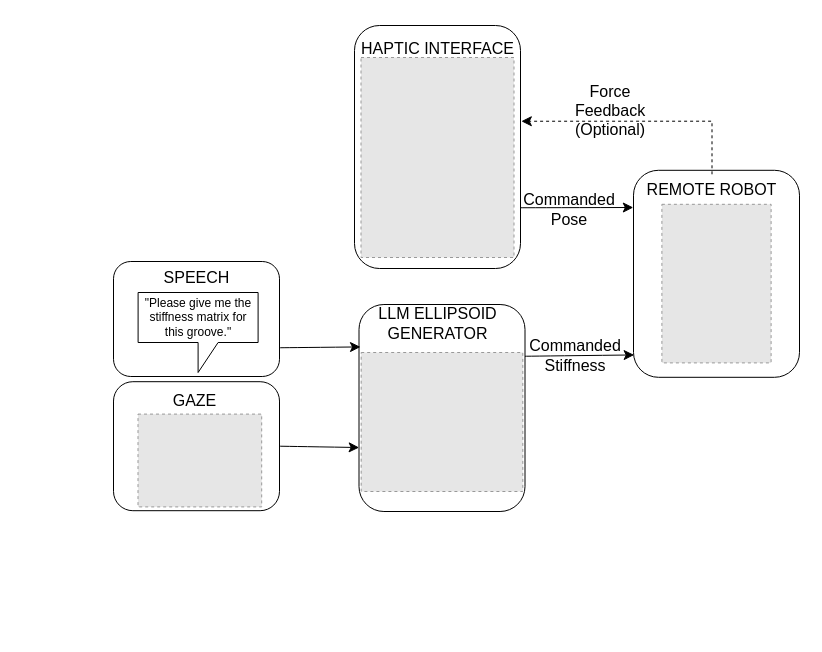
The draw.io diagram teleimpedance.drawio in HAJEKEL/prompt_engineering_experiment, before the edit. Source tidied: cells renumbered, new cells numbered last; positions are measured from the earlier drawing's top-left corner, leaving out a move shared by most shapes. Both pictures are drawn from the tidied source at 100%, with x=0, y=0 at pixel (113, 25). Pictures stored in the file or linked from it are replaced by grey dashed boxes.
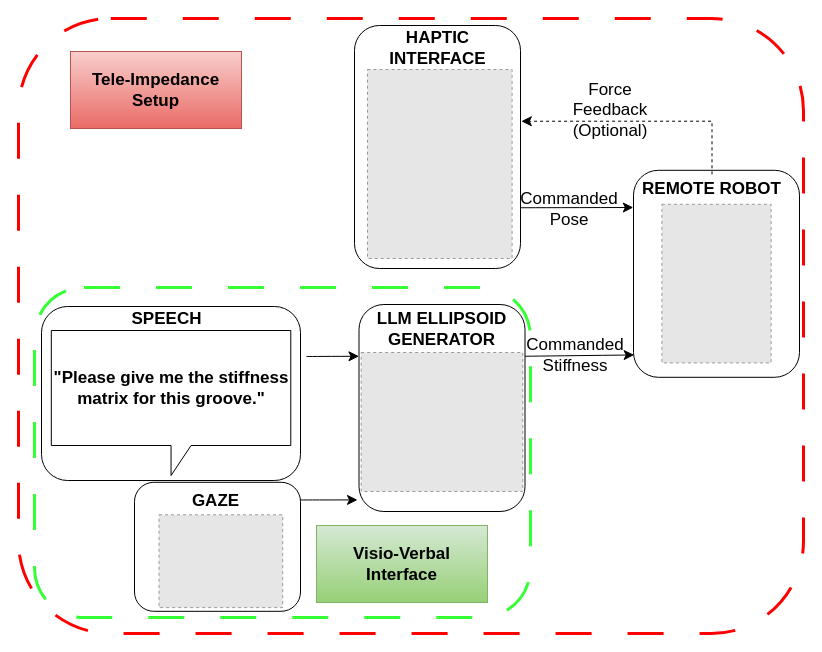
The same diagram, later.

Diff of the diagram source:
```diff
@@
+    <mxCell id="30" style="rounded=1;whiteSpace=wrap;html=1;dashed=1;dashPattern=12 12;strokeColor=#FF0000;strokeWidth=3;" parent="1" vertex="1">
+      <mxGeometry x="-95" y="-7" width="785" height="615" as="geometry" />
+    </mxCell>
+    <mxCell id="31" style="rounded=1;whiteSpace=wrap;html=1;dashed=1;dashPattern=12 12;strokeColor=#33FF33;strokeWidth=3;" parent="1" vertex="1">
+      <mxGeometry x="-79" y="262" width="496" height="330" as="geometry" />
+    </mxCell>
-    <mxCell id="2" value="Force Feedback (Optional)" style="text;html=1;align=center;verticalAlign=middle;whiteSpace=wrap;rounded=0;fontSize=16;" parent="1" vertex="1">
+    <mxCell id="2" value="Force Feedback (Optional)" style="text;html=1;align=center;verticalAlign=middle;whiteSpace=wrap;rounded=0;fontSize=17;fontStyle=0;" parent="1" vertex="1">
       <mxGeometry x="467" y="70" width="60" height="30" as="geometry" />
     </mxCell>
-    <mxCell id="3" value="Commanded Stiffness" style="text;html=1;align=center;verticalAlign=middle;whiteSpace=wrap;rounded=0;fontSize=16;" parent="1" vertex="1">
+    <mxCell id="3" value="Commanded Stiffness" style="text;html=1;align=center;verticalAlign=middle;whiteSpace=wrap;rounded=0;fontSize=17;fontStyle=0;" parent="1" vertex="1">
       <mxGeometry x="432" y="315" width="60" height="30" as="geometry" />
     </mxCell>
-    <mxCell id="4" style="edgeStyle=none;curved=1;rounded=0;jettySize=auto;html=1;exitX=1;exitY=0.75;exitDx=0;exitDy=0;fontSize=12;startSize=8;endSize=8;" parent="1" edge="1" source="5">
+    <mxCell id="4" style="edgeStyle=none;curved=1;rounded=0;jettySize=auto;html=1;exitX=1;exitY=0.75;exitDx=0;exitDy=0;fontSize=17;startSize=8;endSize=8;fontStyle=1;" parent="1" edge="1" source="5">
       <mxGeometry relative="1" as="geometry">
         <mxPoint x="519.8" y="182" as="targetPoint" />
       </mxGeometry>
     </mxCell>
-    <mxCell id="5" style="rounded=1;whiteSpace=wrap;html=1;" parent="1" vertex="1">
+    <mxCell id="5" style="rounded=1;whiteSpace=wrap;html=1;fontSize=17;fontStyle=1;" parent="1" vertex="1">
       <mxGeometry x="241" width="166" height="243" as="geometry" />
     </mxCell>
-    <mxCell id="6" value="HAPTIC INTERFACE" style="text;html=1;align=center;verticalAlign=middle;whiteSpace=wrap;rounded=0;fontSize=16;" parent="1" vertex="1">
+    <mxCell id="6" value="HAPTIC INTERFACE" style="text;html=1;align=center;verticalAlign=middle;whiteSpace=wrap;rounded=0;fontSize=17;fontStyle=1;" parent="1" vertex="1">
       <mxGeometry x="242.5" y="8" width="163" height="30" as="geometry" />
     </mxCell>
-    <mxCell id="7" style="rounded=1;whiteSpace=wrap;html=1;" parent="1" vertex="1">
+    <mxCell id="7" style="rounded=1;whiteSpace=wrap;html=1;fontSize=17;fontStyle=1;" parent="1" vertex="1">
       <mxGeometry x="520" y="144.8" width="166" height="207" as="geometry" />
     </mxCell>
-    <mxCell id="8" style="edgeStyle=orthogonalEdgeStyle;rounded=0;jettySize=auto;html=1;exitX=0.5;exitY=0;exitDx=0;exitDy=0;fontSize=12;startSize=8;endSize=8;dashed=1;entryX=1.005;entryY=0.394;entryDx=0;entryDy=0;entryPerimeter=0;" parent="1" edge="1" source="9" target="5">
+    <mxCell id="8" style="edgeStyle=orthogonalEdgeStyle;rounded=0;jettySize=auto;html=1;exitX=0.5;exitY=0;exitDx=0;exitDy=0;fontSize=17;startSize=8;endSize=8;dashed=1;entryX=1.005;entryY=0.394;entryDx=0;entryDy=0;entryPerimeter=0;fontStyle=1;" parent="1" edge="1" source="9" target="5">
       <mxGeometry relative="1" as="geometry" />
     </mxCell>
-    <mxCell id="9" value="REMOTE ROBOT" style="text;html=1;align=center;verticalAlign=middle;whiteSpace=wrap;rounded=0;fontSize=16;" parent="1" vertex="1">
+    <mxCell id="9" value="REMOTE ROBOT" style="text;html=1;align=center;verticalAlign=middle;whiteSpace=wrap;rounded=0;fontSize=17;fontStyle=1;" parent="1" vertex="1">
       <mxGeometry x="517" y="148.8" width="163" height="30" as="geometry" />
     </mxCell>
-    <mxCell id="10" style="edgeStyle=none;curved=1;rounded=0;orthogonalLoop=1;jettySize=auto;html=1;exitX=0.5;exitY=1;exitDx=0;exitDy=0;fontSize=12;startSize=8;endSize=8;" parent="1" edge="1" source="7" target="7">
+    <mxCell id="10" style="edgeStyle=none;curved=1;rounded=0;orthogonalLoop=1;jettySize=auto;html=1;exitX=0.5;exitY=1;exitDx=0;exitDy=0;fontSize=17;startSize=8;endSize=8;fontStyle=1;" parent="1" edge="1" source="7" target="7">
       <mxGeometry relative="1" as="geometry" />
     </mxCell>
-    <mxCell id="11" style="fillColor=#E6E6E6;strokeColor=#999999;dashed=1;verticalLabelPosition=bottom;labelBackgroundColor=default;verticalAlign=top;" parent="1" vertex="1">
+    <mxCell id="11" style="fillColor=#E6E6E6;strokeColor=#999999;dashed=1;verticalLabelPosition=bottom;labelBackgroundColor=default;verticalAlign=top;fontSize=17;fontStyle=1;" parent="1" vertex="1">
       <mxGeometry x="548.4" y="178.8" width="109.2" height="158.6" as="geometry" />
     </mxCell>
-    <mxCell id="12" style="fillColor=#E6E6E6;strokeColor=#999999;dashed=1;verticalLabelPosition=bottom;labelBackgroundColor=default;verticalAlign=top;" parent="1" vertex="1">
-      <mxGeometry x="247.5" y="32" width="153" height="200" as="geometry" />
+    <mxCell id="12" style="fillColor=#E6E6E6;strokeColor=#999999;dashed=1;verticalLabelPosition=bottom;labelBackgroundColor=default;verticalAlign=top;fontSize=17;fontStyle=1;" parent="1" vertex="1">
+      <mxGeometry x="254" y="44" width="144.6" height="189" as="geometry" />
     </mxCell>
-    <mxCell id="13" style="rounded=1;whiteSpace=wrap;html=1;" parent="1" vertex="1">
+    <mxCell id="13" style="rounded=1;whiteSpace=wrap;html=1;fontSize=17;fontStyle=1;" parent="1" vertex="1">
       <mxGeometry x="245.5" y="279" width="166" height="207" as="geometry" />
     </mxCell>
-    <mxCell id="14" value="LLM ELLIPSOID GENERATOR" style="text;html=1;align=center;verticalAlign=middle;whiteSpace=wrap;rounded=0;fontSize=16;" parent="1" vertex="1">
-      <mxGeometry x="242.5" y="283" width="163" height="30" as="geometry" />
+    <mxCell id="14" value="LLM ELLIPSOID GENERATOR" style="text;html=1;align=center;verticalAlign=middle;whiteSpace=wrap;rounded=0;fontSize=17;fontStyle=1;" parent="1" vertex="1">
+      <mxGeometry x="247" y="289" width="163" height="30" as="geometry" />
     </mxCell>
-    <mxCell id="15" style="edgeStyle=none;curved=1;rounded=0;orthogonalLoop=1;jettySize=auto;html=1;exitX=0.5;exitY=1;exitDx=0;exitDy=0;fontSize=12;startSize=8;endSize=8;" parent="1" edge="1" source="13" target="13">
+    <mxCell id="15" style="edgeStyle=none;curved=1;rounded=0;orthogonalLoop=1;jettySize=auto;html=1;exitX=0.5;exitY=1;exitDx=0;exitDy=0;fontSize=17;startSize=8;endSize=8;fontStyle=1;" parent="1" edge="1" source="13" target="13">
       <mxGeometry relative="1" as="geometry" />
     </mxCell>
-    <mxCell id="16" style="fillColor=#E6E6E6;strokeColor=#999999;dashed=1;verticalLabelPosition=bottom;labelBackgroundColor=default;verticalAlign=top;" parent="1" vertex="1">
+    <mxCell id="16" style="fillColor=#E6E6E6;strokeColor=#999999;dashed=1;verticalLabelPosition=bottom;labelBackgroundColor=default;verticalAlign=top;fontSize=17;fontStyle=1;" parent="1" vertex="1">
       <mxGeometry x="247.7" y="327" width="161.6" height="139" as="geometry" />
     </mxCell>
-    <mxCell id="17" style="rounded=1;whiteSpace=wrap;html=1;" parent="1" vertex="1">
-      <mxGeometry y="356.2" width="166" height="129" as="geometry" />
+    <mxCell id="17" style="rounded=1;whiteSpace=wrap;html=1;fontSize=17;fontStyle=1;" parent="1" vertex="1">
+      <mxGeometry x="21" y="456.8" width="166" height="129" as="geometry" />
     </mxCell>
-    <mxCell id="18" value="GAZE" style="text;html=1;align=center;verticalAlign=middle;whiteSpace=wrap;rounded=0;fontSize=16;" parent="1" vertex="1">
-      <mxGeometry y="360.2" width="163" height="30" as="geometry" />
+    <mxCell id="18" value="GAZE" style="text;html=1;align=center;verticalAlign=middle;whiteSpace=wrap;rounded=0;fontSize=17;fontStyle=1;" parent="1" vertex="1">
+      <mxGeometry x="21" y="460.8" width="163" height="30" as="geometry" />
     </mxCell>
-    <mxCell id="19" style="edgeStyle=none;curved=1;rounded=0;orthogonalLoop=1;jettySize=auto;html=1;exitX=0.5;exitY=1;exitDx=0;exitDy=0;fontSize=12;startSize=8;endSize=8;" parent="1" edge="1" source="17" target="17">
+    <mxCell id="19" style="edgeStyle=none;curved=1;rounded=0;orthogonalLoop=1;jettySize=auto;html=1;exitX=0.5;exitY=1;exitDx=0;exitDy=0;fontSize=17;startSize=8;endSize=8;fontStyle=1;" parent="1" edge="1" source="17" target="17">
       <mxGeometry relative="1" as="geometry" />
     </mxCell>
-    <mxCell id="20" style="fillColor=#E6E6E6;strokeColor=#999999;dashed=1;verticalLabelPosition=bottom;labelBackgroundColor=default;verticalAlign=top;" parent="1" vertex="1">
-      <mxGeometry x="24.5" y="388.6" width="123.7" height="92.8" as="geometry" />
+    <mxCell id="20" style="fillColor=#E6E6E6;strokeColor=#999999;dashed=1;verticalLabelPosition=bottom;labelBackgroundColor=default;verticalAlign=top;fontSize=17;fontStyle=1;" parent="1" vertex="1">
+      <mxGeometry x="45.5" y="489.3" width="123.7" height="92.8" as="geometry" />
     </mxCell>
-    <mxCell id="21" style="rounded=1;whiteSpace=wrap;html=1;" parent="1" vertex="1">
-      <mxGeometry y="236" width="166" height="115" as="geometry" />
+    <mxCell id="21" style="rounded=1;whiteSpace=wrap;html=1;fontSize=17;fontStyle=1;" parent="1" vertex="1">
+      <mxGeometry x="-72" y="281" width="259" height="174" as="geometry" />
     </mxCell>
-    <mxCell id="22" value="SPEECH" style="text;html=1;align=center;verticalAlign=middle;whiteSpace=wrap;rounded=0;fontSize=16;" parent="1" vertex="1">
-      <mxGeometry x="1.5" y="237" width="163" height="30" as="geometry" />
+    <mxCell id="22" value="SPEECH" style="text;html=1;align=center;verticalAlign=middle;whiteSpace=wrap;rounded=0;fontSize=17;fontStyle=1;" parent="1" vertex="1">
+      <mxGeometry x="-28" y="279" width="163" height="30" as="geometry" />
     </mxCell>
-    <mxCell id="23" style="edgeStyle=none;curved=1;rounded=0;orthogonalLoop=1;jettySize=auto;html=1;exitX=0.5;exitY=1;exitDx=0;exitDy=0;fontSize=12;startSize=8;endSize=8;" parent="1" edge="1" source="21" target="21">
+    <mxCell id="23" style="edgeStyle=none;curved=1;rounded=0;orthogonalLoop=1;jettySize=auto;html=1;exitX=0.5;exitY=1;exitDx=0;exitDy=0;fontSize=17;startSize=8;endSize=8;fontStyle=1;" parent="1" edge="1" source="21" target="21">
       <mxGeometry relative="1" as="geometry" />
     </mxCell>
-    <mxCell id="24" value="&quot;Please give me the stiffness matrix for this groove.&quot;" style="shape=callout;whiteSpace=wrap;html=1;perimeter=calloutPerimeter;" parent="1" vertex="1">
-      <mxGeometry x="24.6" y="267" width="120" height="80" as="geometry" />
+    <mxCell id="24" value="&quot;Please give me the stiffness matrix for this groove.&quot;" style="shape=callout;whiteSpace=wrap;html=1;perimeter=calloutPerimeter;fontSize=17;fontStyle=1;" parent="1" vertex="1">
+      <mxGeometry x="-62.2" y="305" width="239.5" height="145" as="geometry" />
     </mxCell>
-    <mxCell id="25" style="edgeStyle=none;curved=1;rounded=0;jettySize=auto;html=1;exitX=1;exitY=0.25;exitDx=0;exitDy=0;entryX=0.004;entryY=0.892;entryDx=0;entryDy=0;entryPerimeter=0;fontSize=12;startSize=8;endSize=8;" parent="1" edge="1" source="13" target="7">
+    <mxCell id="25" style="edgeStyle=none;curved=1;rounded=0;jettySize=auto;html=1;exitX=1;exitY=0.25;exitDx=0;exitDy=0;entryX=0.004;entryY=0.892;entryDx=0;entryDy=0;entryPerimeter=0;fontSize=17;startSize=8;endSize=8;fontStyle=1;" parent="1" edge="1" source="13" target="7">
       <mxGeometry relative="1" as="geometry" />
     </mxCell>
-    <mxCell id="26" value="Commanded Pose" style="text;html=1;align=center;verticalAlign=middle;whiteSpace=wrap;rounded=0;fontSize=16;" parent="1" vertex="1">
+    <mxCell id="26" value="Commanded Pose" style="text;html=1;align=center;verticalAlign=middle;whiteSpace=wrap;rounded=0;fontSize=17;fontStyle=0;" parent="1" vertex="1">
       <mxGeometry x="426" y="169" width="60" height="30" as="geometry" />
     </mxCell>
-    <mxCell id="27" style="edgeStyle=none;curved=1;rounded=0;orthogonalLoop=1;jettySize=auto;html=1;exitX=0.5;exitY=1;exitDx=0;exitDy=0;fontSize=12;startSize=8;endSize=8;" parent="1" edge="1" source="17" target="17">
+    <mxCell id="27" style="edgeStyle=none;curved=1;rounded=0;orthogonalLoop=1;jettySize=auto;html=1;exitX=0.5;exitY=1;exitDx=0;exitDy=0;fontSize=17;startSize=8;endSize=8;fontStyle=1;" parent="1" edge="1" source="17" target="17">
       <mxGeometry relative="1" as="geometry" />
     </mxCell>
-    <mxCell id="28" style="edgeStyle=none;curved=1;rounded=0;jettySize=auto;html=1;exitX=1;exitY=0.75;exitDx=0;exitDy=0;entryX=0.009;entryY=0.205;entryDx=0;entryDy=0;entryPerimeter=0;fontSize=12;startSize=8;endSize=8;" parent="1" edge="1" source="21" target="13">
-      <mxGeometry relative="1" as="geometry" />
+    <mxCell id="28" style="edgeStyle=none;curved=1;rounded=0;jettySize=auto;html=1;fontSize=17;startSize=8;endSize=8;entryX=0;entryY=0.25;entryDx=0;entryDy=0;fontStyle=1;" parent="1" edge="1" target="13">
+      <mxGeometry relative="1" as="geometry">
+        <mxPoint x="193" y="331" as="sourcePoint" />
+      </mxGeometry>
     </mxCell>
-    <mxCell id="29" style="edgeStyle=none;curved=1;rounded=0;jettySize=auto;html=1;exitX=1;exitY=0.5;exitDx=0;exitDy=0;entryX=0.001;entryY=0.691;entryDx=0;entryDy=0;entryPerimeter=0;fontSize=12;startSize=8;endSize=8;" parent="1" edge="1" source="17" target="13">
+    <mxCell id="29" style="edgeStyle=none;curved=1;rounded=0;jettySize=auto;html=1;exitX=0.999;exitY=0.137;exitDx=0;exitDy=0;entryX=-0.009;entryY=0.944;entryDx=0;entryDy=0;entryPerimeter=0;fontSize=17;startSize=8;endSize=8;exitPerimeter=0;fontStyle=1;" parent="1" edge="1" source="17" target="13">
       <mxGeometry relative="1" as="geometry" />
     </mxCell>
+    <mxCell id="32" value="Visio-Verbal Interface" style="rounded=0;whiteSpace=wrap;html=1;fillColor=#d5e8d4;strokeColor=#82b366;gradientColor=#97d077;fontSize=17;fontStyle=1;" parent="1" vertex="1">
+      <mxGeometry x="203" y="500" width="171" height="77" as="geometry" />
+    </mxCell>
+    <mxCell id="33" value="Tele-Impedance Setup" style="rounded=0;whiteSpace=wrap;html=1;fillColor=#f8cecc;strokeColor=#b85450;gradientColor=#ea6b66;fontSize=17;fontStyle=1;" parent="1" vertex="1">
+      <mxGeometry x="-43" y="26" width="171" height="77" as="geometry" />
+    </mxCell>
```
